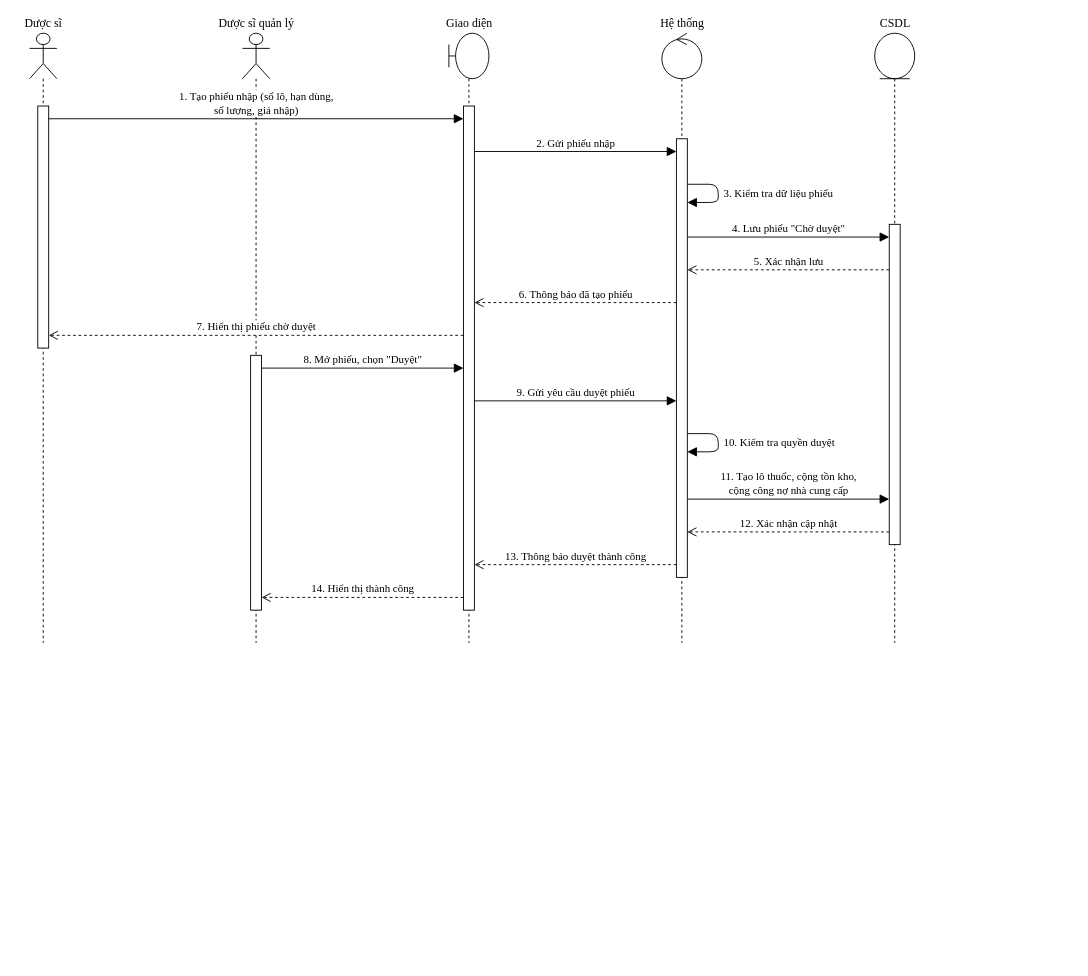
Earlier version of the draw.io diagram docs/drawio/tuan-tu-don-gian/sd08-nhap-kho.drawio (ngocanh82205/Hieuthuoc). Source tidied: cells renumbered, new cells numbered last; positions are measured from the earlier drawing's top-left corner, leaving out a move shared by most shapes. Both pictures are drawn from the tidied source at 91%, with x=0, y=0 at pixel (29, 33).
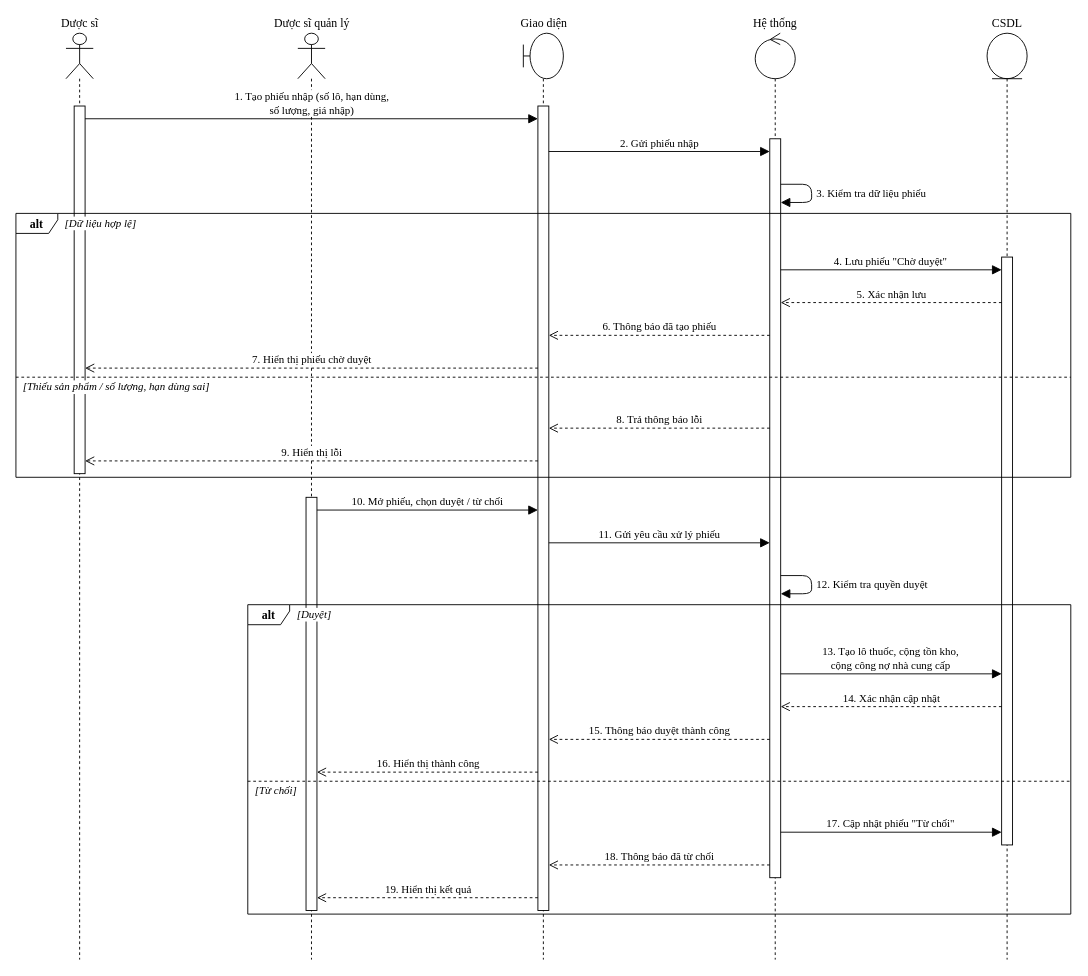
The same page after the edit.

Diff of the diagram source:
```diff
@@
     <mxCell id="2" value="Dược sĩ" style="shape=umlLifeline;perimeter=lifelinePerimeter;participant=umlActor;whiteSpace=nowrap;html=1;verticalAlign=bottom;labelPosition=center;verticalLabelPosition=top;align=center;size=50;fontFamily=Times New Roman;fontSize=13;fillColor=#ffffff;strokeColor=#000000;" parent="1" vertex="1">
-      <mxGeometry width="30" height="670" as="geometry" />
+      <mxGeometry x="40" width="30" height="1018" as="geometry" />
     </mxCell>
     <mxCell id="3" value="Dược sĩ quản lý" style="shape=umlLifeline;perimeter=lifelinePerimeter;participant=umlActor;whiteSpace=nowrap;html=1;verticalAlign=bottom;labelPosition=center;verticalLabelPosition=top;align=center;size=50;fontFamily=Times New Roman;fontSize=13;fillColor=#ffffff;strokeColor=#000000;" parent="1" vertex="1">
-      <mxGeometry x="233.9" width="30" height="670" as="geometry" />
+      <mxGeometry x="294.8" width="30" height="1018" as="geometry" />
     </mxCell>
     <mxCell id="4" value="Giao diện" style="shape=umlLifeline;perimeter=lifelinePerimeter;participant=umlBoundary;whiteSpace=nowrap;html=1;verticalAlign=bottom;labelPosition=center;verticalLabelPosition=top;align=center;size=50;fontFamily=Times New Roman;fontSize=13;fillColor=#ffffff;strokeColor=#000000;" parent="1" vertex="1">
-      <mxGeometry x="460.8" width="44" height="670" as="geometry" />
+      <mxGeometry x="542.6" width="44" height="1018" as="geometry" />
     </mxCell>
     <mxCell id="5" value="Hệ thống" style="shape=umlLifeline;perimeter=lifelinePerimeter;participant=umlControl;whiteSpace=nowrap;html=1;verticalAlign=bottom;labelPosition=center;verticalLabelPosition=top;align=center;size=50;fontFamily=Times New Roman;fontSize=13;fillColor=#ffffff;strokeColor=#000000;" parent="1" vertex="1">
-      <mxGeometry x="694.8" width="44" height="670" as="geometry" />
+      <mxGeometry x="797.4" width="44" height="1018" as="geometry" />
     </mxCell>
     <mxCell id="6" value="CSDL" style="shape=umlLifeline;perimeter=lifelinePerimeter;participant=umlEntity;whiteSpace=nowrap;html=1;verticalAlign=bottom;labelPosition=center;verticalLabelPosition=top;align=center;size=50;fontFamily=Times New Roman;fontSize=13;fillColor=#ffffff;strokeColor=#000000;" parent="1" vertex="1">
-      <mxGeometry x="928.7" width="44" height="670" as="geometry" />
+      <mxGeometry x="1052.2" width="44" height="1018" as="geometry" />
     </mxCell>
     <mxCell id="7" style="html=1;perimeter=orthogonalPerimeter;fillColor=#ffffff;strokeColor=#000000;" parent="1" vertex="1">
-      <mxGeometry x="9" y="80" width="12" height="266" as="geometry" />
+      <mxGeometry x="49" y="80" width="12" height="404" as="geometry" />
     </mxCell>
     <mxCell id="8" style="html=1;perimeter=orthogonalPerimeter;fillColor=#ffffff;strokeColor=#000000;" parent="1" vertex="1">
-      <mxGeometry x="242.9" y="354" width="12" height="280" as="geometry" />
+      <mxGeometry x="303.8" y="510" width="12" height="454" as="geometry" />
     </mxCell>
     <mxCell id="9" style="html=1;perimeter=orthogonalPerimeter;fillColor=#ffffff;strokeColor=#000000;" parent="1" vertex="1">
-      <mxGeometry x="476.8" y="80" width="12" height="554" as="geometry" />
+      <mxGeometry x="558.6" y="80" width="12" height="884" as="geometry" />
     </mxCell>
     <mxCell id="10" style="html=1;perimeter=orthogonalPerimeter;fillColor=#ffffff;strokeColor=#000000;" parent="1" vertex="1">
-      <mxGeometry x="710.8" y="116" width="12" height="482" as="geometry" />
+      <mxGeometry x="813.4" y="116" width="12" height="812" as="geometry" />
     </mxCell>
     <mxCell id="11" style="html=1;perimeter=orthogonalPerimeter;fillColor=#ffffff;strokeColor=#000000;" parent="1" vertex="1">
-      <mxGeometry x="944.7" y="210" width="12" height="352" as="geometry" />
+      <mxGeometry x="1068.2" y="246" width="12" height="646" as="geometry" />
     </mxCell>
-    <mxCell id="12" value="1. Tạo phiếu nhập (số lô, hạn dùng,&lt;br&gt;số lượng, giá nhập)" style="html=1;verticalAlign=bottom;fontFamily=Times New Roman;fontSize=13;fontSize=12;strokeColor=#000000;labelBackgroundColor=#ffffff;endArrow=block;endFill=1;endSize=8;" parent="1" edge="1">
-      <mxGeometry relative="1" as="geometry">
-        <mxPoint x="21" y="94" as="sourcePoint" />
-        <mxPoint x="476.8" y="94" as="targetPoint" />
-      </mxGeometry>
-    </mxCell>
-    <mxCell id="13" value="2. Gửi phiếu nhập" style="html=1;verticalAlign=bottom;fontFamily=Times New Roman;fontSize=13;fontSize=12;strokeColor=#000000;labelBackgroundColor=#ffffff;endArrow=block;endFill=1;endSize=8;" parent="1" edge="1">
-      <mxGeometry relative="1" as="geometry">
-        <mxPoint x="488.8" y="130" as="sourcePoint" />
-        <mxPoint x="710.8" y="130" as="targetPoint" />
-      </mxGeometry>
-    </mxCell>
+    <mxCell id="26" value="alt" style="shape=umlFrame;whiteSpace=wrap;html=1;width=46;height=22;fontStyle=1;fontFamily=Times New Roman;fontSize=13;strokeColor=#000000;fillColor=none;" parent="1" vertex="1">
+      <mxGeometry x="-15" y="198" width="1159.2" height="290" as="geometry" />
+    </mxCell>
+    <mxCell id="27" value="[Dữ liệu hợp lệ]" style="text;html=1;align=left;verticalAlign=middle;fontFamily=Times New Roman;fontSize=13;fontSize=12;fontStyle=2;labelBackgroundColor=#ffffff;" parent="1" vertex="1">
+      <mxGeometry x="37" y="199" width="133.4" height="20" as="geometry" />
+    </mxCell>
-    <mxCell id="14" value="3. Kiểm tra dữ liệu phiếu" style="html=1;verticalAlign=middle;fontFamily=Times New Roman;fontSize=13;fontSize=12;strokeColor=#000000;labelBackgroundColor=#ffffff;endArrow=block;endFill=1;endSize=8;align=left;spacingLeft=4;" parent="1" edge="1">
+    <mxCell id="14" style="html=1;endArrow=none;dashed=1;strokeColor=#000000;" parent="1" edge="1">
       <mxGeometry relative="1" as="geometry">
-        <mxPoint x="722.8" y="166" as="sourcePoint" />
-        <mxPoint x="722.8" y="186" as="targetPoint" />
-        <Array as="points">
-          <mxPoint x="756.8" y="166" />
-          <mxPoint x="756.8" y="186" />
-        </Array>
+        <mxPoint x="-15" y="378" as="sourcePoint" />
+        <mxPoint x="1144.2" y="378" as="targetPoint" />
       </mxGeometry>
     </mxCell>
-    <mxCell id="15" value="4. Lưu phiếu &quot;Chờ duyệt&quot;" style="html=1;verticalAlign=bottom;fontFamily=Times New Roman;fontSize=13;fontSize=12;strokeColor=#000000;labelBackgroundColor=#ffffff;endArrow=block;endFill=1;endSize=8;" parent="1" edge="1">
-      <mxGeometry relative="1" as="geometry">
-        <mxPoint x="722.8" y="224" as="sourcePoint" />
-        <mxPoint x="944.7" y="224" as="targetPoint" />
-      </mxGeometry>
-    </mxCell>
-    <mxCell id="16" value="5. Xác nhận lưu" style="html=1;verticalAlign=bottom;fontFamily=Times New Roman;fontSize=13;fontSize=12;strokeColor=#000000;labelBackgroundColor=#ffffff;dashed=1;endArrow=open;endSize=8;" parent="1" edge="1">
-      <mxGeometry relative="1" as="geometry">
-        <mxPoint x="944.7" y="260" as="sourcePoint" />
-        <mxPoint x="722.8" y="260" as="targetPoint" />
-      </mxGeometry>
-    </mxCell>
-    <mxCell id="17" value="6. Thông báo đã tạo phiếu" style="html=1;verticalAlign=bottom;fontFamily=Times New Roman;fontSize=13;fontSize=12;strokeColor=#000000;labelBackgroundColor=#ffffff;dashed=1;endArrow=open;endSize=8;" parent="1" edge="1">
-      <mxGeometry relative="1" as="geometry">
-        <mxPoint x="710.8" y="296" as="sourcePoint" />
-        <mxPoint x="488.8" y="296" as="targetPoint" />
-      </mxGeometry>
-    </mxCell>
+    <mxCell id="28" value="[Thiếu sản phẩm / số lượng, hạn dùng sai]" style="text;html=1;align=left;verticalAlign=middle;fontFamily=Times New Roman;fontSize=13;fontSize=12;fontStyle=2;labelBackgroundColor=#ffffff;" parent="1" vertex="1">
+      <mxGeometry x="-9" y="379" width="307.4" height="20" as="geometry" />
+    </mxCell>
+    <mxCell id="29" value="alt" style="shape=umlFrame;whiteSpace=wrap;html=1;width=46;height=22;fontStyle=1;fontFamily=Times New Roman;fontSize=13;strokeColor=#000000;fillColor=none;" parent="1" vertex="1">
+      <mxGeometry x="239.8" y="628" width="904.4" height="340" as="geometry" />
+    </mxCell>
+    <mxCell id="30" value="[Duyệt]" style="text;html=1;align=left;verticalAlign=middle;fontFamily=Times New Roman;fontSize=13;fontSize=12;fontStyle=2;labelBackgroundColor=#ffffff;" parent="1" vertex="1">
+      <mxGeometry x="291.8" y="629" width="70.8" height="20" as="geometry" />
+    </mxCell>
-    <mxCell id="18" value="7. Hiển thị phiếu chờ duyệt" style="html=1;verticalAlign=bottom;fontFamily=Times New Roman;fontSize=13;fontSize=12;strokeColor=#000000;labelBackgroundColor=#ffffff;dashed=1;endArrow=open;endSize=8;" parent="1" edge="1">
+    <mxCell id="18" style="html=1;endArrow=none;dashed=1;strokeColor=#000000;" parent="1" edge="1">
       <mxGeometry relative="1" as="geometry">
-        <mxPoint x="476.8" y="332" as="sourcePoint" />
-        <mxPoint x="21" y="332" as="targetPoint" />
+        <mxPoint x="239.8" y="822" as="sourcePoint" />
+        <mxPoint x="1144.2" y="822" as="targetPoint" />
       </mxGeometry>
     </mxCell>
-    <mxCell id="19" value="8. Mở phiếu, chọn &quot;Duyệt&quot;" style="html=1;verticalAlign=bottom;fontFamily=Times New Roman;fontSize=13;fontSize=12;strokeColor=#000000;labelBackgroundColor=#ffffff;endArrow=block;endFill=1;endSize=8;" parent="1" edge="1">
-      <mxGeometry relative="1" as="geometry">
-        <mxPoint x="254.9" y="368" as="sourcePoint" />
-        <mxPoint x="476.8" y="368" as="targetPoint" />
-      </mxGeometry>
-    </mxCell>
+    <mxCell id="31" value="[Từ chối]" style="text;html=1;align=left;verticalAlign=middle;fontFamily=Times New Roman;fontSize=13;fontSize=12;fontStyle=2;labelBackgroundColor=#ffffff;" parent="1" vertex="1">
+      <mxGeometry x="245.8" y="823" width="84.7" height="20" as="geometry" />
+    </mxCell>
-    <mxCell id="20" value="9. Gửi yêu cầu duyệt phiếu" style="html=1;verticalAlign=bottom;fontFamily=Times New Roman;fontSize=13;fontSize=12;strokeColor=#000000;labelBackgroundColor=#ffffff;endArrow=block;endFill=1;endSize=8;" parent="1" edge="1">
+    <mxCell id="20" value="1. Tạo phiếu nhập (số lô, hạn dùng,&lt;br&gt;số lượng, giá nhập)" style="html=1;verticalAlign=bottom;fontFamily=Times New Roman;fontSize=13;fontSize=12;strokeColor=#000000;labelBackgroundColor=#ffffff;endArrow=block;endFill=1;endSize=8;" parent="1" edge="1">
       <mxGeometry relative="1" as="geometry">
-        <mxPoint x="488.8" y="404" as="sourcePoint" />
-        <mxPoint x="710.8" y="404" as="targetPoint" />
+        <mxPoint x="61" y="94" as="sourcePoint" />
+        <mxPoint x="558.6" y="94" as="targetPoint" />
       </mxGeometry>
     </mxCell>
-    <mxCell id="21" value="10. Kiểm tra quyền duyệt" style="html=1;verticalAlign=middle;fontFamily=Times New Roman;fontSize=13;fontSize=12;strokeColor=#000000;labelBackgroundColor=#ffffff;endArrow=block;endFill=1;endSize=8;align=left;spacingLeft=4;" parent="1" edge="1">
+    <mxCell id="21" value="2. Gửi phiếu nhập" style="html=1;verticalAlign=bottom;fontFamily=Times New Roman;fontSize=13;fontSize=12;strokeColor=#000000;labelBackgroundColor=#ffffff;endArrow=block;endFill=1;endSize=8;" parent="1" edge="1">
       <mxGeometry relative="1" as="geometry">
-        <mxPoint x="722.8" y="440" as="sourcePoint" />
-        <mxPoint x="722.8" y="460" as="targetPoint" />
-        <Array as="points">
-          <mxPoint x="756.8" y="440" />
-          <mxPoint x="756.8" y="460" />
-        </Array>
+        <mxPoint x="570.6" y="130" as="sourcePoint" />
+        <mxPoint x="813.4" y="130" as="targetPoint" />
       </mxGeometry>
     </mxCell>
-    <mxCell id="22" value="11. Tạo lô thuốc, cộng tồn kho,&lt;br&gt;cộng công nợ nhà cung cấp" style="html=1;verticalAlign=bottom;fontFamily=Times New Roman;fontSize=13;fontSize=12;strokeColor=#000000;labelBackgroundColor=#ffffff;endArrow=block;endFill=1;endSize=8;" parent="1" edge="1">
+    <mxCell id="22" value="3. Kiểm tra dữ liệu phiếu" style="html=1;verticalAlign=middle;fontFamily=Times New Roman;fontSize=13;fontSize=12;strokeColor=#000000;labelBackgroundColor=#ffffff;endArrow=block;endFill=1;endSize=8;align=left;spacingLeft=4;" parent="1" edge="1">
       <mxGeometry relative="1" as="geometry">
-        <mxPoint x="722.8" y="512" as="sourcePoint" />
-        <mxPoint x="944.7" y="512" as="targetPoint" />
+        <mxPoint x="825.4" y="166" as="sourcePoint" />
+        <mxPoint x="825.4" y="186" as="targetPoint" />
+        <Array as="points">
+          <mxPoint x="859.4" y="166" />
+          <mxPoint x="859.4" y="186" />
+        </Array>
       </mxGeometry>
     </mxCell>
-    <mxCell id="23" value="12. Xác nhận cập nhật" style="html=1;verticalAlign=bottom;fontFamily=Times New Roman;fontSize=13;fontSize=12;strokeColor=#000000;labelBackgroundColor=#ffffff;dashed=1;endArrow=open;endSize=8;" parent="1" edge="1">
+    <mxCell id="23" value="4. Lưu phiếu &quot;Chờ duyệt&quot;" style="html=1;verticalAlign=bottom;fontFamily=Times New Roman;fontSize=13;fontSize=12;strokeColor=#000000;labelBackgroundColor=#ffffff;endArrow=block;endFill=1;endSize=8;" parent="1" edge="1">
       <mxGeometry relative="1" as="geometry">
-        <mxPoint x="944.7" y="548" as="sourcePoint" />
-        <mxPoint x="722.8" y="548" as="targetPoint" />
+        <mxPoint x="825.4" y="260" as="sourcePoint" />
+        <mxPoint x="1068.2" y="260" as="targetPoint" />
       </mxGeometry>
     </mxCell>
-    <mxCell id="24" value="13. Thông báo duyệt thành công" style="html=1;verticalAlign=bottom;fontFamily=Times New Roman;fontSize=13;fontSize=12;strokeColor=#000000;labelBackgroundColor=#ffffff;dashed=1;endArrow=open;endSize=8;" parent="1" edge="1">
+    <mxCell id="24" value="5. Xác nhận lưu" style="html=1;verticalAlign=bottom;fontFamily=Times New Roman;fontSize=13;fontSize=12;strokeColor=#000000;labelBackgroundColor=#ffffff;dashed=1;endArrow=open;endSize=8;" parent="1" edge="1">
       <mxGeometry relative="1" as="geometry">
-        <mxPoint x="710.8" y="584" as="sourcePoint" />
-        <mxPoint x="488.8" y="584" as="targetPoint" />
+        <mxPoint x="1068.2" y="296" as="sourcePoint" />
+        <mxPoint x="825.4" y="296" as="targetPoint" />
       </mxGeometry>
     </mxCell>
-    <mxCell id="25" value="14. Hiển thị thành công" style="html=1;verticalAlign=bottom;fontFamily=Times New Roman;fontSize=13;fontSize=12;strokeColor=#000000;labelBackgroundColor=#ffffff;dashed=1;endArrow=open;endSize=8;" parent="1" edge="1">
+    <mxCell id="25" value="6. Thông báo đã tạo phiếu" style="html=1;verticalAlign=bottom;fontFamily=Times New Roman;fontSize=13;fontSize=12;strokeColor=#000000;labelBackgroundColor=#ffffff;dashed=1;endArrow=open;endSize=8;" parent="1" edge="1">
       <mxGeometry relative="1" as="geometry">
-        <mxPoint x="476.8" y="620" as="sourcePoint" />
-        <mxPoint x="254.9" y="620" as="targetPoint" />
+        <mxPoint x="813.4" y="332" as="sourcePoint" />
+        <mxPoint x="570.6" y="332" as="targetPoint" />
       </mxGeometry>
     </mxCell>
+    <mxCell id="32" value="7. Hiển thị phiếu chờ duyệt" style="html=1;verticalAlign=bottom;fontFamily=Times New Roman;fontSize=13;fontSize=12;strokeColor=#000000;labelBackgroundColor=#ffffff;dashed=1;endArrow=open;endSize=8;" parent="1" edge="1">
+      <mxGeometry relative="1" as="geometry">
+        <mxPoint x="558.6" y="368" as="sourcePoint" />
+        <mxPoint x="61" y="368" as="targetPoint" />
+      </mxGeometry>
+    </mxCell>
+    <mxCell id="33" value="8. Trả thông báo lỗi" style="html=1;verticalAlign=bottom;fontFamily=Times New Roman;fontSize=13;fontSize=12;strokeColor=#000000;labelBackgroundColor=#ffffff;dashed=1;endArrow=open;endSize=8;" parent="1" edge="1">
+      <mxGeometry relative="1" as="geometry">
+        <mxPoint x="813.4" y="434" as="sourcePoint" />
+        <mxPoint x="570.6" y="434" as="targetPoint" />
+      </mxGeometry>
+    </mxCell>
+    <mxCell id="34" value="9. Hiển thị lỗi" style="html=1;verticalAlign=bottom;fontFamily=Times New Roman;fontSize=13;fontSize=12;strokeColor=#000000;labelBackgroundColor=#ffffff;dashed=1;endArrow=open;endSize=8;" parent="1" edge="1">
+      <mxGeometry relative="1" as="geometry">
+        <mxPoint x="558.6" y="470" as="sourcePoint" />
+        <mxPoint x="61" y="470" as="targetPoint" />
+      </mxGeometry>
+    </mxCell>
+    <mxCell id="35" value="10. Mở phiếu, chọn duyệt / từ chối" style="html=1;verticalAlign=bottom;fontFamily=Times New Roman;fontSize=13;fontSize=12;strokeColor=#000000;labelBackgroundColor=#ffffff;endArrow=block;endFill=1;endSize=8;" parent="1" edge="1">
+      <mxGeometry relative="1" as="geometry">
+        <mxPoint x="315.8" y="524" as="sourcePoint" />
+        <mxPoint x="558.6" y="524" as="targetPoint" />
+      </mxGeometry>
+    </mxCell>
+    <mxCell id="36" value="11. Gửi yêu cầu xử lý phiếu" style="html=1;verticalAlign=bottom;fontFamily=Times New Roman;fontSize=13;fontSize=12;strokeColor=#000000;labelBackgroundColor=#ffffff;endArrow=block;endFill=1;endSize=8;" parent="1" edge="1">
+      <mxGeometry relative="1" as="geometry">
+        <mxPoint x="570.6" y="560" as="sourcePoint" />
+        <mxPoint x="813.4" y="560" as="targetPoint" />
+      </mxGeometry>
+    </mxCell>
+    <mxCell id="37" value="12. Kiểm tra quyền duyệt" style="html=1;verticalAlign=middle;fontFamily=Times New Roman;fontSize=13;fontSize=12;strokeColor=#000000;labelBackgroundColor=#ffffff;endArrow=block;endFill=1;endSize=8;align=left;spacingLeft=4;" parent="1" edge="1">
+      <mxGeometry relative="1" as="geometry">
+        <mxPoint x="825.4" y="596" as="sourcePoint" />
+        <mxPoint x="825.4" y="616" as="targetPoint" />
+        <Array as="points">
+          <mxPoint x="859.4" y="596" />
+          <mxPoint x="859.4" y="616" />
+        </Array>
+      </mxGeometry>
+    </mxCell>
+    <mxCell id="38" value="13. Tạo lô thuốc, cộng tồn kho,&lt;br&gt;cộng công nợ nhà cung cấp" style="html=1;verticalAlign=bottom;fontFamily=Times New Roman;fontSize=13;fontSize=12;strokeColor=#000000;labelBackgroundColor=#ffffff;endArrow=block;endFill=1;endSize=8;" parent="1" edge="1">
+      <mxGeometry relative="1" as="geometry">
+        <mxPoint x="825.4" y="704" as="sourcePoint" />
+        <mxPoint x="1068.2" y="704" as="targetPoint" />
+      </mxGeometry>
+    </mxCell>
+    <mxCell id="39" value="14. Xác nhận cập nhật" style="html=1;verticalAlign=bottom;fontFamily=Times New Roman;fontSize=13;fontSize=12;strokeColor=#000000;labelBackgroundColor=#ffffff;dashed=1;endArrow=open;endSize=8;" parent="1" edge="1">
+      <mxGeometry relative="1" as="geometry">
+        <mxPoint x="1068.2" y="740" as="sourcePoint" />
+        <mxPoint x="825.4" y="740" as="targetPoint" />
+      </mxGeometry>
+    </mxCell>
+    <mxCell id="40" value="15. Thông báo duyệt thành công" style="html=1;verticalAlign=bottom;fontFamily=Times New Roman;fontSize=13;fontSize=12;strokeColor=#000000;labelBackgroundColor=#ffffff;dashed=1;endArrow=open;endSize=8;" parent="1" edge="1">
+      <mxGeometry relative="1" as="geometry">
+        <mxPoint x="813.4" y="776" as="sourcePoint" />
+        <mxPoint x="570.6" y="776" as="targetPoint" />
+      </mxGeometry>
+    </mxCell>
+    <mxCell id="41" value="16. Hiển thị thành công" style="html=1;verticalAlign=bottom;fontFamily=Times New Roman;fontSize=13;fontSize=12;strokeColor=#000000;labelBackgroundColor=#ffffff;dashed=1;endArrow=open;endSize=8;" parent="1" edge="1">
+      <mxGeometry relative="1" as="geometry">
+        <mxPoint x="558.6" y="812" as="sourcePoint" />
+        <mxPoint x="315.8" y="812" as="targetPoint" />
+      </mxGeometry>
+    </mxCell>
+    <mxCell id="42" value="17. Cập nhật phiếu &quot;Từ chối&quot;" style="html=1;verticalAlign=bottom;fontFamily=Times New Roman;fontSize=13;fontSize=12;strokeColor=#000000;labelBackgroundColor=#ffffff;endArrow=block;endFill=1;endSize=8;" parent="1" edge="1">
+      <mxGeometry relative="1" as="geometry">
+        <mxPoint x="825.4" y="878" as="sourcePoint" />
+        <mxPoint x="1068.2" y="878" as="targetPoint" />
+      </mxGeometry>
+    </mxCell>
+    <mxCell id="43" value="18. Thông báo đã từ chối" style="html=1;verticalAlign=bottom;fontFamily=Times New Roman;fontSize=13;fontSize=12;strokeColor=#000000;labelBackgroundColor=#ffffff;dashed=1;endArrow=open;endSize=8;" parent="1" edge="1">
+      <mxGeometry relative="1" as="geometry">
+        <mxPoint x="813.4" y="914" as="sourcePoint" />
+        <mxPoint x="570.6" y="914" as="targetPoint" />
+      </mxGeometry>
+    </mxCell>
+    <mxCell id="44" value="19. Hiển thị kết quả" style="html=1;verticalAlign=bottom;fontFamily=Times New Roman;fontSize=13;fontSize=12;strokeColor=#000000;labelBackgroundColor=#ffffff;dashed=1;endArrow=open;endSize=8;" parent="1" edge="1">
+      <mxGeometry relative="1" as="geometry">
+        <mxPoint x="558.6" y="950" as="sourcePoint" />
+        <mxPoint x="315.8" y="950" as="targetPoint" />
+      </mxGeometry>
+    </mxCell>
```
